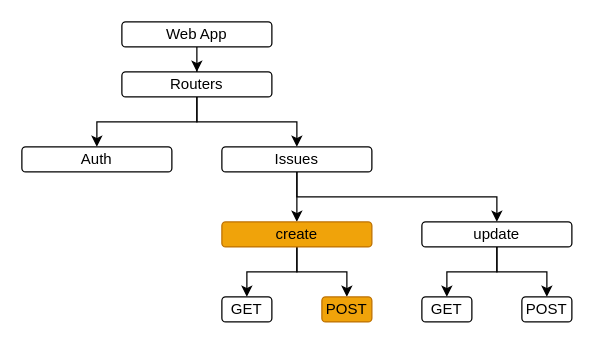
This is page "Page-1" (1 of 4) of contributors/__docs/Diagram.drawio from ames0k0/Ticket, a draw.io file, before an edit. Source tidied: cells renumbered, new cells numbered last; positions are measured from the earlier drawing's top-left corner, leaving out a move shared by most shapes. Both pictures are drawn from the tidied source at 125%, with x=0, y=0 at pixel (21, 21).
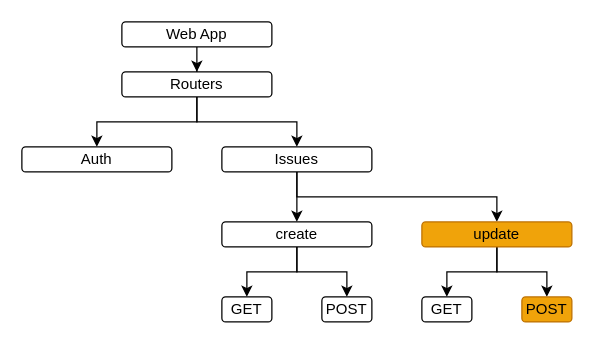
The same page after the edit.

Commit message (it also covers changes not shown here):
[ticket] Contributors: Issues::Update::POST

Diff of the diagram source:
```diff
@@
-    <mxCell id="13" value="create" style="whiteSpace=wrap;html=1;rounded=1;fillColor=#f0a30a;fontColor=#000000;strokeColor=#BD7000;" parent="1" vertex="1">
+    <mxCell id="13" value="create" style="whiteSpace=wrap;html=1;rounded=1;" parent="1" vertex="1">
       <mxGeometry x="160" y="160" width="120" height="20" as="geometry" />
     </mxCell>
@@
-    <mxCell id="15" value="POST" style="whiteSpace=wrap;html=1;rounded=1;fillColor=#f0a30a;fontColor=#000000;strokeColor=#BD7000;" parent="1" vertex="1">
+    <mxCell id="15" value="POST" style="whiteSpace=wrap;html=1;rounded=1;" parent="1" vertex="1">
       <mxGeometry x="240" y="220" width="40" height="20" as="geometry" />
     </mxCell>
@@
-    <mxCell id="18" value="update" style="whiteSpace=wrap;html=1;rounded=1;" parent="1" vertex="1">
+    <mxCell id="18" value="update" style="whiteSpace=wrap;html=1;rounded=1;fillColor=#f0a30a;fontColor=#000000;strokeColor=#BD7000;" parent="1" vertex="1">
       <mxGeometry x="320" y="160" width="120" height="20" as="geometry" />
     </mxCell>
@@
-    <mxCell id="20" value="POST" style="whiteSpace=wrap;html=1;rounded=1;" parent="1" vertex="1">
+    <mxCell id="20" value="POST" style="whiteSpace=wrap;html=1;rounded=1;fillColor=#f0a30a;fontColor=#000000;strokeColor=#BD7000;" parent="1" vertex="1">
       <mxGeometry x="400" y="220" width="40" height="20" as="geometry" />
     </mxCell>
```
